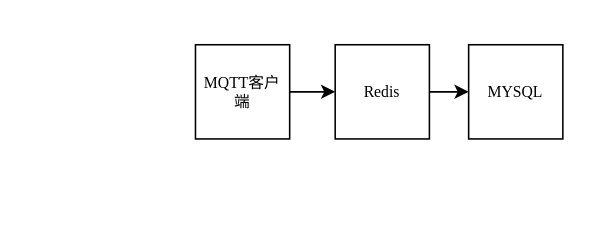
Before: page "云平台数据流控制" (2 of 2) of 未命名绘图.drawio in Asafield/draw, a draw.io diagram. Source tidied: cells renumbered, new cells numbered last; positions are measured from the earlier drawing's top-left corner, leaving out a move shared by most shapes. Both pictures are drawn from the tidied source at 157%, with x=0, y=0 at pixel (195, 44).
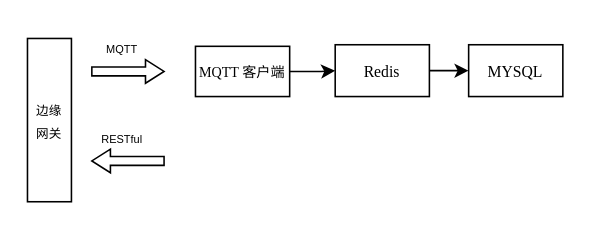
Above is the later version.

Commit message (it also covers changes not shown here):
更新未命名绘图.drawio

Change to the diagram source:
```diff
@@
 <mxGraphModel>
   <root>
     <mxCell id="0" />
     <mxCell id="1" parent="0" />
     <mxCell id="2" style="edgeStyle=orthogonalEdgeStyle;rounded=0;jettySize=auto;html=1;fontFamily=Times New Roman;" parent="1" edge="1" source="3" target="5">
       <mxGeometry relative="1" as="geometry" />
     </mxCell>
-    <mxCell id="3" value="MQTT客户端" style="rounded=0;whiteSpace=wrap;html=1;fontSize=10;fontFamily=Times New Roman;" parent="1" vertex="1">
-      <mxGeometry width="60" height="60" as="geometry" />
+    <mxCell id="3" value="&lt;font style=&quot;font-size: 9px;&quot;&gt;MQTT 客户端&lt;/font&gt;" style="rounded=0;whiteSpace=wrap;html=1;fontSize=10;fontFamily=Times New Roman;" parent="1" vertex="1">
+      <mxGeometry y="1" width="60" height="32" as="geometry" />
     </mxCell>
     <mxCell id="4" style="edgeStyle=orthogonalEdgeStyle;rounded=0;jettySize=auto;html=1;fontFamily=Times New Roman;" parent="1" edge="1" source="5" target="6">
       <mxGeometry relative="1" as="geometry" />
     </mxCell>
     <mxCell id="5" value="Redis" style="rounded=0;whiteSpace=wrap;html=1;fontSize=10;fontFamily=Times New Roman;" parent="1" vertex="1">
-      <mxGeometry x="89" width="60" height="60" as="geometry" />
+      <mxGeometry x="89" width="60" height="33" as="geometry" />
     </mxCell>
     <mxCell id="6" value="MYSQL" style="rounded=0;whiteSpace=wrap;html=1;fontSize=10;fontFamily=Times New Roman;" parent="1" vertex="1">
-      <mxGeometry x="174" width="60" height="60" as="geometry" />
+      <mxGeometry x="174" width="60" height="33" as="geometry" />
     </mxCell>
+    <mxCell id="7" style="html=1;shadow=0;dashed=0;align=center;verticalAlign=middle;shape=mxgraph.arrows2.arrow;dy=0.62;dx=11.83;notch=0;" parent="1" vertex="1">
+      <mxGeometry x="-66" y="9.5" width="46" height="15" as="geometry" />
+    </mxCell>
+    <mxCell id="8" value="&lt;font style=&quot;font-size: 7px;&quot;&gt;MQTT&lt;/font&gt;" style="text;html=1;align=center;verticalAlign=middle;strokeColor=none;fillColor=none;" parent="1" vertex="1">
+      <mxGeometry x="-66" y="-11" width="38" height="26" as="geometry" />
+    </mxCell>
+    <mxCell id="9" style="html=1;shadow=0;dashed=0;align=center;verticalAlign=middle;shape=mxgraph.arrows2.arrow;dy=0.62;dx=11.83;notch=0;rotation=-180;" parent="1" vertex="1">
+      <mxGeometry x="-66" y="66.5" width="46" height="15" as="geometry" />
+    </mxCell>
+    <mxCell id="10" value="&lt;span style=&quot;font-size: 7px;&quot;&gt;RESTful&lt;/span&gt;" style="text;html=1;align=center;verticalAlign=middle;strokeColor=none;fillColor=none;" parent="1" vertex="1">
+      <mxGeometry x="-69" y="46" width="44" height="26" as="geometry" />
+    </mxCell>
+    <mxCell id="11" value="&lt;font style=&quot;font-size: 8px;&quot;&gt;边缘&lt;/font&gt;&lt;div&gt;&lt;font style=&quot;font-size: 8px;&quot;&gt;网关&lt;/font&gt;&lt;/div&gt;" style="whiteSpace=wrap;html=1;" parent="1" vertex="1">
+      <mxGeometry x="-107" y="-4" width="28" height="104" as="geometry" />
+    </mxCell>
   </root>
 </mxGraphModel>
```
